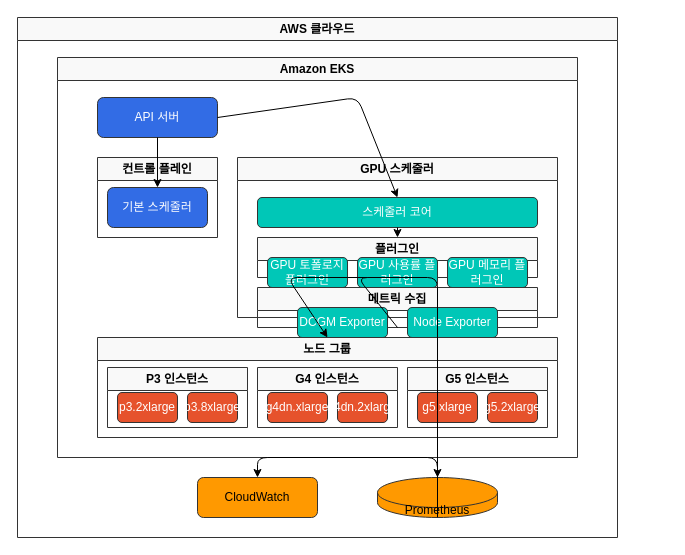
Earlier version of the draw.io diagram assets/generated-diagrams/gpu_scheduler_architecture.drawio (Atom-oh/kubernetes-docs). Source tidied: cells renumbered, new cells numbered last; positions are measured from the earlier drawing's top-left corner, leaving out a move shared by most shapes. Both pictures are drawn from the tidied source at 100%, with x=0, y=0 at pixel (17, 17).
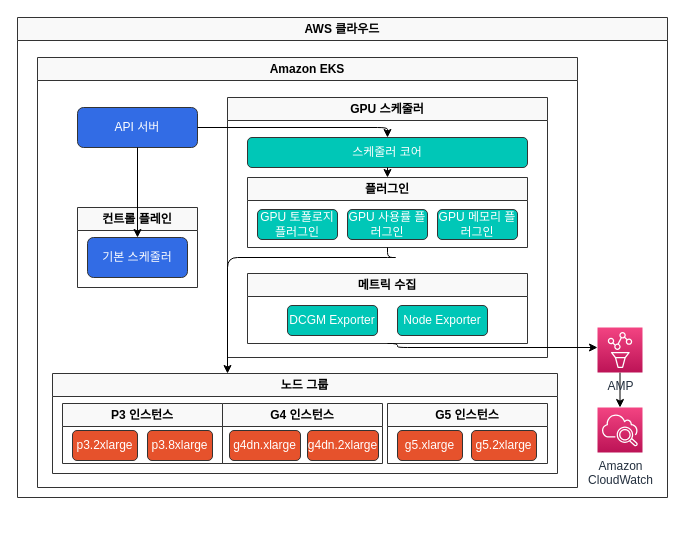
Above is the later version.

The change refers to these unchanged cells:
```xml
<mxCell id="8" value="스케줄러 코어" style="rounded=1;whiteSpace=wrap;html=1;fillColor=#00C7B7;strokeColor=#333333;strokeWidth=1;fontColor=#FFFFFF;" parent="7" vertex="1">
  <mxGeometry x="20" y="40" width="280" height="30" as="geometry" />
</mxCell>
```

Diff of the diagram source:
```diff
@@
     <mxCell id="2" value="AWS 클라우드" style="swimlane;whiteSpace=wrap;html=1;fillColor=#f9f9f9;strokeColor=#333333;strokeWidth=1;" parent="1" vertex="1">
-      <mxGeometry width="600" height="520" as="geometry" />
+      <mxGeometry width="650" height="480" as="geometry" />
     </mxCell>
     <mxCell id="3" value="Amazon EKS" style="swimlane;whiteSpace=wrap;html=1;fillColor=#f9f9f9;strokeColor=#333333;strokeWidth=1;" parent="2" vertex="1">
-      <mxGeometry x="40" y="40" width="520" height="400" as="geometry" />
+      <mxGeometry x="20" y="40" width="540" height="430" as="geometry" />
     </mxCell>
     <mxCell id="4" value="API 서버" style="rounded=1;whiteSpace=wrap;html=1;fillColor=#326CE5;strokeColor=#333333;strokeWidth=1;fontColor=#FFFFFF;" parent="3" vertex="1">
-      <mxGeometry x="40" y="40" width="120" height="40" as="geometry" />
+      <mxGeometry x="40" y="50" width="120" height="40" as="geometry" />
     </mxCell>
     <mxCell id="5" value="컨트롤 플레인" style="swimlane;whiteSpace=wrap;html=1;fillColor=#f9f9f9;strokeColor=#333333;strokeWidth=1;" parent="3" vertex="1">
-      <mxGeometry x="40" y="100" width="120" height="80" as="geometry" />
+      <mxGeometry x="40" y="150" width="120" height="80" as="geometry" />
     </mxCell>
@@
     <mxCell id="7" value="GPU 스케줄러" style="swimlane;whiteSpace=wrap;html=1;fillColor=#f9f9f9;strokeColor=#333333;strokeWidth=1;" parent="3" vertex="1">
-      <mxGeometry x="180" y="100" width="320" height="160" as="geometry" />
+      <mxGeometry x="190" y="40" width="320" height="260" as="geometry" />
     </mxCell>
@@
     <mxCell id="9" value="플러그인" style="swimlane;whiteSpace=wrap;html=1;fillColor=#f9f9f9;strokeColor=#333333;strokeWidth=1;" parent="7" vertex="1">
-      <mxGeometry x="20" y="80" width="280" height="40" as="geometry" />
+      <mxGeometry x="20" y="80" width="280" height="70" as="geometry" />
     </mxCell>
     <mxCell id="10" value="GPU 토폴로지 플러그인" style="rounded=1;whiteSpace=wrap;html=1;fillColor=#00C7B7;strokeColor=#333333;strokeWidth=1;fontColor=#FFFFFF;" parent="9" vertex="1">
-      <mxGeometry x="10" y="20" width="80" height="30" as="geometry" />
+      <mxGeometry x="10" y="32" width="80" height="30" as="geometry" />
     </mxCell>
     <mxCell id="11" value="GPU 사용률 플러그인" style="rounded=1;whiteSpace=wrap;html=1;fillColor=#00C7B7;strokeColor=#333333;strokeWidth=1;fontColor=#FFFFFF;" parent="9" vertex="1">
-      <mxGeometry x="100" y="20" width="80" height="30" as="geometry" />
+      <mxGeometry x="100" y="32" width="80" height="30" as="geometry" />
     </mxCell>
     <mxCell id="12" value="GPU 메모리 플러그인" style="rounded=1;whiteSpace=wrap;html=1;fillColor=#00C7B7;strokeColor=#333333;strokeWidth=1;fontColor=#FFFFFF;" parent="9" vertex="1">
-      <mxGeometry x="190" y="20" width="80" height="30" as="geometry" />
+      <mxGeometry x="190" y="32" width="80" height="30" as="geometry" />
     </mxCell>
     <mxCell id="13" value="메트릭 수집" style="swimlane;whiteSpace=wrap;html=1;fillColor=#f9f9f9;strokeColor=#333333;strokeWidth=1;" parent="7" vertex="1">
-      <mxGeometry x="20" y="130" width="280" height="40" as="geometry" />
+      <mxGeometry x="20" y="176" width="280" height="70" as="geometry" />
     </mxCell>
     <mxCell id="14" value="DCGM Exporter" style="rounded=1;whiteSpace=wrap;html=1;fillColor=#00C7B7;strokeColor=#333333;strokeWidth=1;fontColor=#FFFFFF;" parent="13" vertex="1">
-      <mxGeometry x="40" y="20" width="90" height="30" as="geometry" />
+      <mxGeometry x="40" y="32" width="90" height="30" as="geometry" />
     </mxCell>
     <mxCell id="15" value="Node Exporter" style="rounded=1;whiteSpace=wrap;html=1;fillColor=#00C7B7;strokeColor=#333333;strokeWidth=1;fontColor=#FFFFFF;" parent="13" vertex="1">
-      <mxGeometry x="150" y="20" width="90" height="30" as="geometry" />
+      <mxGeometry x="150" y="32" width="90" height="30" as="geometry" />
     </mxCell>
     <mxCell id="16" value="노드 그룹" style="swimlane;whiteSpace=wrap;html=1;fillColor=#f9f9f9;strokeColor=#333333;strokeWidth=1;" parent="3" vertex="1">
-      <mxGeometry x="40" y="280" width="460" height="100" as="geometry" />
+      <mxGeometry x="15" y="316" width="505" height="100" as="geometry" />
     </mxCell>
     <mxCell id="17" value="P3 인스턴스" style="swimlane;whiteSpace=wrap;html=1;fillColor=#f9f9f9;strokeColor=#333333;strokeWidth=1;" parent="16" vertex="1">
-      <mxGeometry x="10" y="30" width="140" height="60" as="geometry" />
+      <mxGeometry x="10" y="30" width="160" height="60" as="geometry" />
     </mxCell>
     <mxCell id="18" value="p3.2xlarge" style="rounded=1;whiteSpace=wrap;html=1;fillColor=#E6522C;strokeColor=#333333;strokeWidth=1;fontColor=#FFFFFF;" parent="17" vertex="1">
-      <mxGeometry x="10" y="25" width="60" height="30" as="geometry" />
+      <mxGeometry x="10" y="27" width="65" height="30" as="geometry" />
     </mxCell>
     <mxCell id="19" value="p3.8xlarge" style="rounded=1;whiteSpace=wrap;html=1;fillColor=#E6522C;strokeColor=#333333;strokeWidth=1;fontColor=#FFFFFF;" parent="17" vertex="1">
-      <mxGeometry x="80" y="25" width="50" height="30" as="geometry" />
+      <mxGeometry x="85" y="27" width="65" height="30" as="geometry" />
     </mxCell>
     <mxCell id="20" value="G4 인스턴스" style="swimlane;whiteSpace=wrap;html=1;fillColor=#f9f9f9;strokeColor=#333333;strokeWidth=1;" parent="16" vertex="1">
-      <mxGeometry x="160" y="30" width="140" height="60" as="geometry" />
+      <mxGeometry x="170" y="30" width="160" height="60" as="geometry" />
     </mxCell>
     <mxCell id="21" value="g4dn.xlarge" style="rounded=1;whiteSpace=wrap;html=1;fillColor=#E6522C;strokeColor=#333333;strokeWidth=1;fontColor=#FFFFFF;" parent="20" vertex="1">
-      <mxGeometry x="10" y="25" width="60" height="30" as="geometry" />
+      <mxGeometry x="7" y="27" width="71" height="30" as="geometry" />
     </mxCell>
     <mxCell id="22" value="g4dn.2xlarge" style="rounded=1;whiteSpace=wrap;html=1;fillColor=#E6522C;strokeColor=#333333;strokeWidth=1;fontColor=#FFFFFF;" parent="20" vertex="1">
-      <mxGeometry x="80" y="25" width="50" height="30" as="geometry" />
+      <mxGeometry x="85" y="27" width="71" height="30" as="geometry" />
     </mxCell>
     <mxCell id="23" value="G5 인스턴스" style="swimlane;whiteSpace=wrap;html=1;fillColor=#f9f9f9;strokeColor=#333333;strokeWidth=1;" parent="16" vertex="1">
-      <mxGeometry x="310" y="30" width="140" height="60" as="geometry" />
+      <mxGeometry x="335" y="30" width="160" height="60" as="geometry" />
     </mxCell>
     <mxCell id="24" value="g5.xlarge" style="rounded=1;whiteSpace=wrap;html=1;fillColor=#E6522C;strokeColor=#333333;strokeWidth=1;fontColor=#FFFFFF;" parent="23" vertex="1">
-      <mxGeometry x="10" y="25" width="60" height="30" as="geometry" />
+      <mxGeometry x="10" y="27" width="65" height="30" as="geometry" />
     </mxCell>
     <mxCell id="25" value="g5.2xlarge" style="rounded=1;whiteSpace=wrap;html=1;fillColor=#E6522C;strokeColor=#333333;strokeWidth=1;fontColor=#FFFFFF;" parent="23" vertex="1">
-      <mxGeometry x="80" y="25" width="50" height="30" as="geometry" />
+      <mxGeometry x="84" y="27" width="65" height="30" as="geometry" />
     </mxCell>
-    <mxCell id="26" value="CloudWatch" style="rounded=1;whiteSpace=wrap;html=1;fillColor=#FF9900;strokeColor=#333333;strokeWidth=1;fontColor=#000000;" parent="2" vertex="1">
-      <mxGeometry x="180" y="460" width="120" height="40" as="geometry" />
-    </mxCell>
-    <mxCell id="27" value="Prometheus" style="shape=cylinder3;whiteSpace=wrap;html=1;boundedLbl=1;backgroundOutline=1;size=15;fillColor=#FF9900;strokeColor=#333333;strokeWidth=1;fontColor=#000000;" parent="2" vertex="1">
-      <mxGeometry x="360" y="460" width="120" height="40" as="geometry" />
-    </mxCell>
@@
-    <mxCell id="29" style="endArrow=classic;html=1;exitX=1;exitY=0.5;exitDx=0;exitDy=0;entryX=0.5;entryY=0;entryDx=0;entryDy=0;" parent="2" edge="1" source="4" target="8">
-      <mxGeometry relative="1" as="geometry">
-        <Array as="points">
-          <mxPoint x="340" y="80" />
-        </Array>
-      </mxGeometry>
+    <mxCell id="29" style="endArrow=classic;html=1;exitX=1;exitY=0.5;exitDx=0;exitDy=0;entryX=0.5;entryY=0;entryDx=0;entryDy=0;edgeStyle=orthogonalEdgeStyle;" parent="2" edge="1" source="4" target="8">
+      <mxGeometry relative="1" as="geometry" />
     </mxCell>
@@
-    <mxCell id="31" style="endArrow=classic;html=1;exitX=0.5;exitY=1;exitDx=0;exitDy=0;entryX=0.5;entryY=0;entryDx=0;entryDy=0;" parent="2" edge="1" source="9" target="16">
+    <mxCell id="31" style="endArrow=classic;html=1;exitX=0.5;exitY=1;exitDx=0;exitDy=0;edgeStyle=orthogonalEdgeStyle;" parent="2" edge="1" source="9">
       <mxGeometry relative="1" as="geometry">
+        <mxPoint x="210" y="356" as="targetPoint" />
         <Array as="points">
-          <mxPoint x="340" y="260" />
-          <mxPoint x="270" y="260" />
+          <mxPoint x="380" y="240" />
+          <mxPoint x="210" y="240" />
+          <mxPoint x="210" y="356" />
         </Array>
       </mxGeometry>
     </mxCell>
+    <mxCell id="34" style="edgeStyle=orthogonalEdgeStyle;html=1;" parent="2" edge="1" source="33" target="35">
+      <mxGeometry relative="1" as="geometry" />
+    </mxCell>
+    <mxCell id="33" value="AMP" style="sketch=0;points=[[0,0,0],[0.25,0,0],[0.5,0,0],[0.75,0,0],[1,0,0],[0,1,0],[0.25,1,0],[0.5,1,0],[0.75,1,0],[1,1,0],[0,0.25,0],[0,0.5,0],[0,0.75,0],[1,0.25,0],[1,0.5,0],[1,0.75,0]];points=[[0,0,0],[0.25,0,0],[0.5,0,0],[0.75,0,0],[1,0,0],[0,1,0],[0.25,1,0],[0.5,1,0],[0.75,1,0],[1,1,0],[0,0.25,0],[0,0.5,0],[0,0.75,0],[1,0.25,0],[1,0.5,0],[1,0.75,0]];outlineConnect=0;fontColor=#232F3E;gradientColor=#F34482;gradientDirection=north;fillColor=#BC1356;strokeColor=#ffffff;dashed=0;verticalLabelPosition=bottom;verticalAlign=top;align=center;html=1;fontSize=12;fontStyle=0;shape=mxgraph.aws4.resourceIcon;resIcon=mxgraph.aws4.managed_service_for_prometheus;" parent="2" vertex="1">
+      <mxGeometry x="580" y="310" width="45" height="45" as="geometry" />
+    </mxCell>
+    <mxCell id="35" value="Amazon&lt;br&gt;CloudWatch" style="sketch=0;points=[[0,0,0],[0.25,0,0],[0.5,0,0],[0.75,0,0],[1,0,0],[0,1,0],[0.25,1,0],[0.5,1,0],[0.75,1,0],[1,1,0],[0,0.25,0],[0,0.5,0],[0,0.75,0],[1,0.25,0],[1,0.5,0],[1,0.75,0]];points=[[0,0,0],[0.25,0,0],[0.5,0,0],[0.75,0,0],[1,0,0],[0,1,0],[0.25,1,0],[0.5,1,0],[0.75,1,0],[1,1,0],[0,0.25,0],[0,0.5,0],[0,0.75,0],[1,0.25,0],[1,0.5,0],[1,0.75,0]];outlineConnect=0;fontColor=#232F3E;gradientColor=#F34482;gradientDirection=north;fillColor=#BC1356;strokeColor=#ffffff;dashed=0;verticalLabelPosition=bottom;verticalAlign=top;align=center;html=1;fontSize=12;fontStyle=0;shape=mxgraph.aws4.resourceIcon;resIcon=mxgraph.aws4.cloudwatch_2;" parent="2" vertex="1">
+      <mxGeometry x="580" y="390" width="45" height="45" as="geometry" />
+    </mxCell>
-    <mxCell id="32" style="endArrow=classic;html=1;exitX=0.5;exitY=1;exitDx=0;exitDy=0;entryX=0.5;entryY=0;entryDx=0;entryDy=0;" parent="2" edge="1" source="13" target="27">
+    <mxCell id="32" style="endArrow=classic;html=1;exitX=0.5;exitY=1;exitDx=0;exitDy=0;edgeStyle=orthogonalEdgeStyle;" parent="2" edge="1" source="13">
       <mxGeometry relative="1" as="geometry">
+        <mxPoint x="580" y="330" as="targetPoint" />
         <Array as="points">
-          <mxPoint x="340" y="260" />
-          <mxPoint x="420" y="260" />
+          <mxPoint x="380" y="330" />
         </Array>
       </mxGeometry>
     </mxCell>
-    <mxCell id="33" style="endArrow=classic;html=1;exitX=0.5;exitY=1;exitDx=0;exitDy=0;entryX=0.5;entryY=0;entryDx=0;entryDy=0;" parent="2" edge="1" source="27" target="26">
-      <mxGeometry relative="1" as="geometry">
-        <Array as="points">
-          <mxPoint x="420" y="440" />
-          <mxPoint x="240" y="440" />
-        </Array>
-      </mxGeometry>
-    </mxCell>
```
